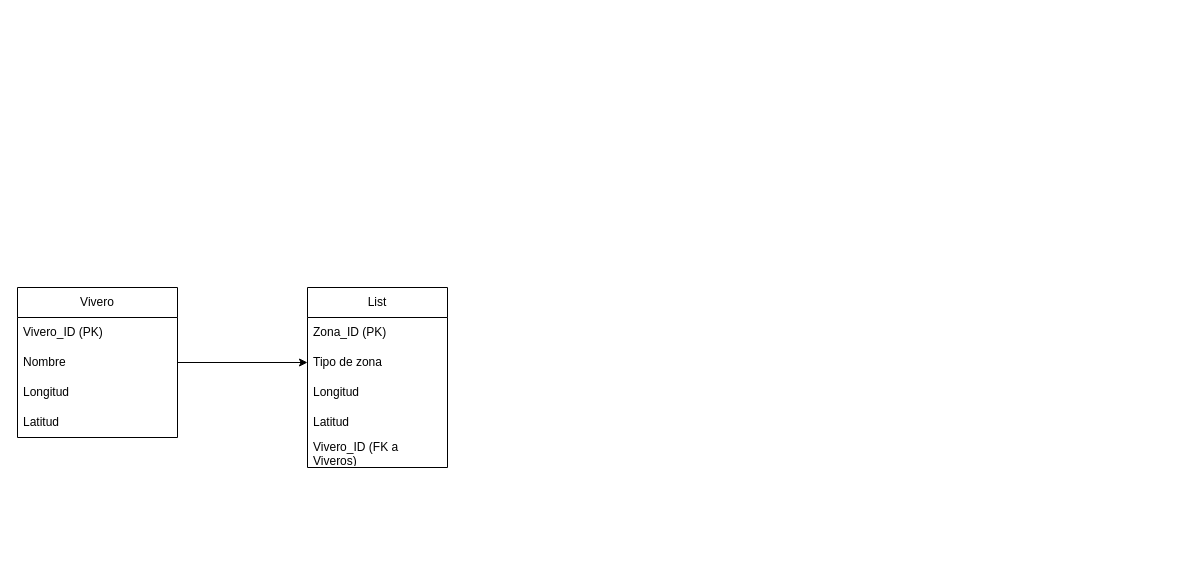
The draw.io diagram Modelo entidad relacion/Modelo relacional viveros.drawio in alu0101101507/ADBD, before the edit. Source tidied: cells renumbered, new cells numbered last; positions are measured from the earlier drawing's top-left corner, leaving out a move shared by most shapes. Both pictures are drawn from the tidied source at 100%, with x=0, y=0 at pixel (17, 287).
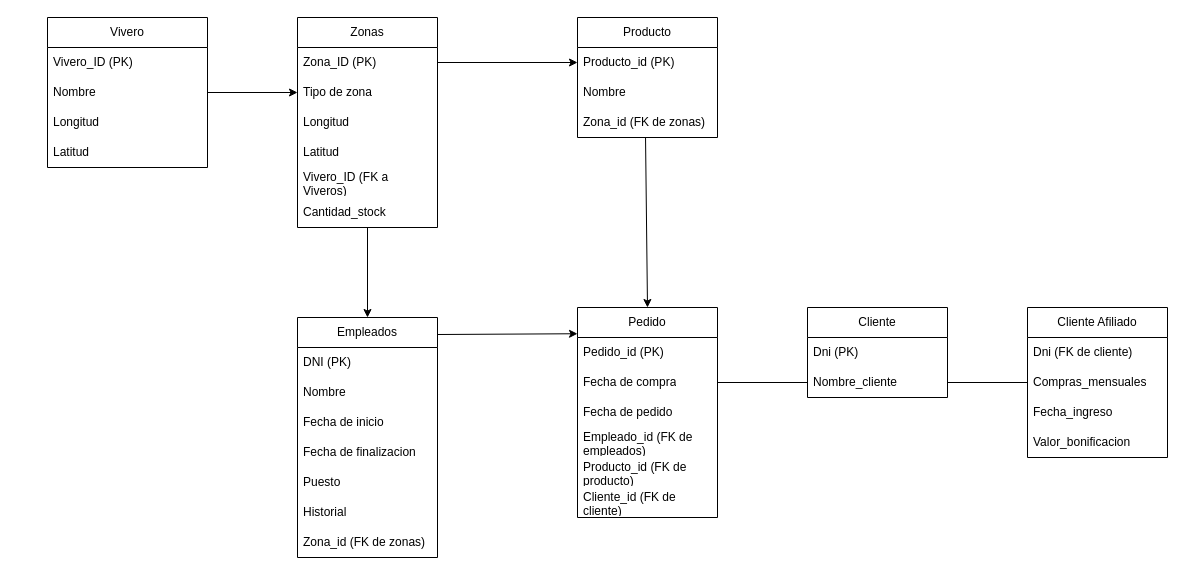
The same diagram, later.

Unchanged cells that the change refers to:
```xml
<mxCell id="8" value="Zona_ID (PK)" style="text;strokeColor=none;fillColor=none;align=left;verticalAlign=middle;spacingLeft=4;spacingRight=4;overflow=hidden;points=[[0,0.5],[1,0.5]];portConstraint=eastwest;whiteSpace=wrap;html=1;" parent="7" vertex="1">
  <mxGeometry y="30" width="140" height="30" as="geometry" />
</mxCell>
```

What changed in the source:
```diff
@@
     <mxCell id="2" value="Vivero" style="swimlane;fontStyle=0;horizontal=1;startSize=30;whiteSpace=wrap;html=1;" parent="1" vertex="1">
-      <mxGeometry width="160" height="150" as="geometry" />
+      <mxGeometry x="30" y="-270" width="160" height="150" as="geometry" />
     </mxCell>
@@
-    <mxCell id="7" value="List" style="swimlane;fontStyle=0;horizontal=1;startSize=30;whiteSpace=wrap;html=1;" parent="1" vertex="1">
-      <mxGeometry x="290" width="140" height="180" as="geometry" />
+    <mxCell id="7" value="Zonas" style="swimlane;fontStyle=0;horizontal=1;startSize=30;whiteSpace=wrap;html=1;" parent="1" vertex="1">
+      <mxGeometry x="280" y="-270" width="140" height="210" as="geometry" />
     </mxCell>
@@
+    <mxCell id="14" value="Cantidad_stock" style="text;strokeColor=none;fillColor=none;align=left;verticalAlign=middle;spacingLeft=4;spacingRight=4;overflow=hidden;whiteSpace=wrap;html=1;" parent="7" vertex="1">
+      <mxGeometry y="180" width="140" height="30" as="geometry" />
+    </mxCell>
@@
+    <mxCell id="15" value="Empleados" style="swimlane;fontStyle=0;horizontal=1;startSize=30;whiteSpace=wrap;html=1;" parent="1" vertex="1">
+      <mxGeometry x="280" y="30" width="140" height="240" as="geometry" />
+    </mxCell>
+    <mxCell id="16" value="DNI (PK)" style="text;strokeColor=none;fillColor=none;align=left;verticalAlign=middle;spacingLeft=4;spacingRight=4;overflow=hidden;whiteSpace=wrap;html=1;" parent="15" vertex="1">
+      <mxGeometry y="30" width="140" height="30" as="geometry" />
+    </mxCell>
+    <mxCell id="17" value="Nombre" style="text;strokeColor=none;fillColor=none;align=left;verticalAlign=middle;spacingLeft=4;spacingRight=4;overflow=hidden;whiteSpace=wrap;html=1;" parent="15" vertex="1">
+      <mxGeometry y="60" width="140" height="30" as="geometry" />
+    </mxCell>
+    <mxCell id="18" value="Fecha de inicio" style="text;strokeColor=none;fillColor=none;align=left;verticalAlign=middle;spacingLeft=4;spacingRight=4;overflow=hidden;whiteSpace=wrap;html=1;" parent="15" vertex="1">
+      <mxGeometry y="90" width="140" height="30" as="geometry" />
+    </mxCell>
+    <mxCell id="19" value="Fecha de finalizacion" style="text;strokeColor=none;fillColor=none;align=left;verticalAlign=middle;spacingLeft=4;spacingRight=4;overflow=hidden;whiteSpace=wrap;html=1;" parent="15" vertex="1">
+      <mxGeometry y="120" width="140" height="30" as="geometry" />
+    </mxCell>
+    <mxCell id="20" value="Puesto" style="text;strokeColor=none;fillColor=none;align=left;verticalAlign=middle;spacingLeft=4;spacingRight=4;overflow=hidden;whiteSpace=wrap;html=1;" parent="15" vertex="1">
+      <mxGeometry y="150" width="140" height="30" as="geometry" />
+    </mxCell>
+    <mxCell id="21" value="Historial" style="text;strokeColor=none;fillColor=none;align=left;verticalAlign=middle;spacingLeft=4;spacingRight=4;overflow=hidden;whiteSpace=wrap;html=1;" parent="15" vertex="1">
+      <mxGeometry y="180" width="140" height="30" as="geometry" />
+    </mxCell>
+    <mxCell id="22" value="Zona_id (FK de zonas)" style="text;strokeColor=none;fillColor=none;align=left;verticalAlign=middle;spacingLeft=4;spacingRight=4;overflow=hidden;whiteSpace=wrap;html=1;" parent="15" vertex="1">
+      <mxGeometry y="210" width="140" height="30" as="geometry" />
+    </mxCell>
+    <mxCell id="23" style="endArrow=classic;html=1;rounded=0;entryX=0.5;entryY=0;entryDx=0;entryDy=0;" parent="1" edge="1" target="15">
+      <mxGeometry relative="1" as="geometry">
+        <mxPoint x="350" y="-60" as="sourcePoint" />
+      </mxGeometry>
+    </mxCell>
+    <mxCell id="24" value="Producto" style="swimlane;fontStyle=0;horizontal=1;startSize=30;whiteSpace=wrap;html=1;" parent="1" vertex="1">
+      <mxGeometry x="560" y="-270" width="140" height="120" as="geometry" />
+    </mxCell>
+    <mxCell id="25" value="Producto_id (PK)" style="text;strokeColor=none;fillColor=none;align=left;verticalAlign=middle;spacingLeft=4;spacingRight=4;overflow=hidden;points=[[0,0.5],[1,0.5]];portConstraint=eastwest;whiteSpace=wrap;html=1;" parent="24" vertex="1">
+      <mxGeometry y="30" width="140" height="30" as="geometry" />
+    </mxCell>
+    <mxCell id="26" value="Nombre" style="text;strokeColor=none;fillColor=none;align=left;verticalAlign=middle;spacingLeft=4;spacingRight=4;overflow=hidden;whiteSpace=wrap;html=1;" parent="24" vertex="1">
+      <mxGeometry y="60" width="140" height="30" as="geometry" />
+    </mxCell>
+    <mxCell id="27" value="Zona_id (FK de zonas)" style="text;strokeColor=none;fillColor=none;align=left;verticalAlign=middle;spacingLeft=4;spacingRight=4;overflow=hidden;points=[[0,0.5],[1,0.5]];portConstraint=eastwest;whiteSpace=wrap;html=1;" parent="24" vertex="1">
+      <mxGeometry y="90" width="140" height="30" as="geometry" />
+    </mxCell>
+    <mxCell id="28" style="endArrow=classic;html=1;rounded=0;exitX=1;exitY=0.5;exitDx=0;exitDy=0;entryX=0;entryY=0.5;entryDx=0;entryDy=0;" parent="1" edge="1" source="8" target="25">
+      <mxGeometry relative="1" as="geometry" />
+    </mxCell>
+    <mxCell id="29" value="Pedido" style="swimlane;fontStyle=0;horizontal=1;startSize=30;whiteSpace=wrap;html=1;" parent="1" vertex="1">
+      <mxGeometry x="560" y="20" width="140" height="210" as="geometry" />
+    </mxCell>
+    <mxCell id="30" value="Pedido_id (PK)" style="text;strokeColor=none;fillColor=none;align=left;verticalAlign=middle;spacingLeft=4;spacingRight=4;overflow=hidden;whiteSpace=wrap;html=1;" parent="29" vertex="1">
+      <mxGeometry y="30" width="140" height="30" as="geometry" />
+    </mxCell>
+    <mxCell id="31" value="Fecha de compra" style="text;strokeColor=none;fillColor=none;align=left;verticalAlign=middle;spacingLeft=4;spacingRight=4;overflow=hidden;points=[[0,0.5],[1,0.5]];portConstraint=eastwest;whiteSpace=wrap;html=1;" parent="29" vertex="1">
+      <mxGeometry y="60" width="140" height="30" as="geometry" />
+    </mxCell>
+    <mxCell id="32" value="Fecha de pedido" style="text;strokeColor=none;fillColor=none;align=left;verticalAlign=middle;spacingLeft=4;spacingRight=4;overflow=hidden;whiteSpace=wrap;html=1;" parent="29" vertex="1">
+      <mxGeometry y="90" width="140" height="30" as="geometry" />
+    </mxCell>
+    <mxCell id="33" value="Empleado_id (FK de empleados)" style="text;strokeColor=none;fillColor=none;align=left;verticalAlign=middle;spacingLeft=4;spacingRight=4;overflow=hidden;whiteSpace=wrap;html=1;" parent="29" vertex="1">
+      <mxGeometry y="120" width="140" height="30" as="geometry" />
+    </mxCell>
+    <mxCell id="34" value="Producto_id (FK de producto)" style="text;strokeColor=none;fillColor=none;align=left;verticalAlign=middle;spacingLeft=4;spacingRight=4;overflow=hidden;whiteSpace=wrap;html=1;" parent="29" vertex="1">
+      <mxGeometry y="150" width="140" height="30" as="geometry" />
+    </mxCell>
+    <mxCell id="35" value="Cliente_id (FK de cliente)" style="text;strokeColor=none;fillColor=none;align=left;verticalAlign=middle;spacingLeft=4;spacingRight=4;overflow=hidden;whiteSpace=wrap;html=1;" parent="29" vertex="1">
+      <mxGeometry y="180" width="140" height="30" as="geometry" />
+    </mxCell>
+    <mxCell id="36" style="endArrow=classic;html=1;rounded=0;exitX=0.486;exitY=1;exitDx=0;exitDy=0;exitPerimeter=0;entryX=0.5;entryY=0;entryDx=0;entryDy=0;" parent="1" edge="1" source="27" target="29">
+      <mxGeometry relative="1" as="geometry" />
+    </mxCell>
+    <mxCell id="37" style="endArrow=classic;html=1;rounded=0;entryX=0;entryY=0.125;entryDx=0;entryDy=0;entryPerimeter=0;" parent="1" edge="1" target="29">
+      <mxGeometry relative="1" as="geometry">
+        <mxPoint x="420" y="47" as="sourcePoint" />
+      </mxGeometry>
+    </mxCell>
+    <mxCell id="38" value="Cliente" style="swimlane;fontStyle=0;horizontal=1;startSize=30;whiteSpace=wrap;html=1;" parent="1" vertex="1">
+      <mxGeometry x="790" y="20" width="140" height="90" as="geometry" />
+    </mxCell>
+    <mxCell id="39" value="Dni (PK)" style="text;strokeColor=none;fillColor=none;align=left;verticalAlign=middle;spacingLeft=4;spacingRight=4;overflow=hidden;whiteSpace=wrap;html=1;" parent="38" vertex="1">
+      <mxGeometry y="30" width="140" height="30" as="geometry" />
+    </mxCell>
+    <mxCell id="40" value="Nombre_cliente" style="text;strokeColor=none;fillColor=none;align=left;verticalAlign=middle;spacingLeft=4;spacingRight=4;overflow=hidden;points=[[0,0.5],[1,0.5]];portConstraint=eastwest;whiteSpace=wrap;html=1;" parent="38" vertex="1">
+      <mxGeometry y="60" width="140" height="30" as="geometry" />
+    </mxCell>
+    <mxCell id="41" style="endArrow=none;html=1;rounded=0;entryX=0;entryY=0.5;entryDx=0;entryDy=0;exitX=1;exitY=0.5;exitDx=0;exitDy=0;" parent="1" edge="1" source="31" target="40">
+      <mxGeometry relative="1" as="geometry" />
+    </mxCell>
+    <mxCell id="42" value="Cliente Afiliado" style="swimlane;fontStyle=0;horizontal=1;startSize=30;whiteSpace=wrap;html=1;" parent="1" vertex="1">
+      <mxGeometry x="1010" y="20" width="140" height="150" as="geometry" />
+    </mxCell>
+    <mxCell id="43" value="Dni (FK de cliente)" style="text;strokeColor=none;fillColor=none;align=left;verticalAlign=middle;spacingLeft=4;spacingRight=4;overflow=hidden;whiteSpace=wrap;html=1;" parent="42" vertex="1">
+      <mxGeometry y="30" width="140" height="30" as="geometry" />
+    </mxCell>
+    <mxCell id="44" value="Compras_mensuales" style="text;strokeColor=none;fillColor=none;align=left;verticalAlign=middle;spacingLeft=4;spacingRight=4;overflow=hidden;points=[[0,0.5],[1,0.5]];portConstraint=eastwest;whiteSpace=wrap;html=1;" parent="42" vertex="1">
+      <mxGeometry y="60" width="140" height="30" as="geometry" />
+    </mxCell>
+    <mxCell id="45" value="Fecha_ingreso" style="text;strokeColor=none;fillColor=none;align=left;verticalAlign=middle;spacingLeft=4;spacingRight=4;overflow=hidden;whiteSpace=wrap;html=1;" parent="42" vertex="1">
+      <mxGeometry y="90" width="140" height="30" as="geometry" />
+    </mxCell>
+    <mxCell id="46" value="Valor_bonificacion" style="text;strokeColor=none;fillColor=none;align=left;verticalAlign=middle;spacingLeft=4;spacingRight=4;overflow=hidden;whiteSpace=wrap;html=1;" parent="42" vertex="1">
+      <mxGeometry y="120" width="140" height="30" as="geometry" />
+    </mxCell>
+    <mxCell id="47" style="endArrow=none;html=1;rounded=0;exitX=1;exitY=0.5;exitDx=0;exitDy=0;entryX=0;entryY=0.5;entryDx=0;entryDy=0;" parent="1" edge="1" source="40" target="44">
+      <mxGeometry relative="1" as="geometry" />
+    </mxCell>
```
